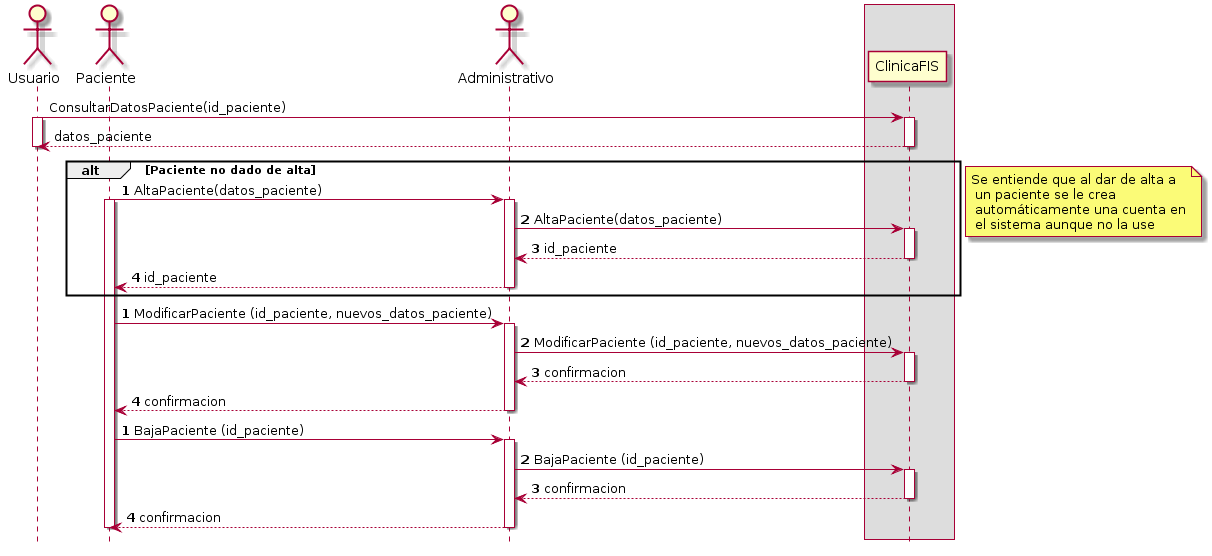
jmml97/fis-practicas keeps this PlantUML diagram as p3/diagramas/diagramaPaciente.png. Above is the earlier version.
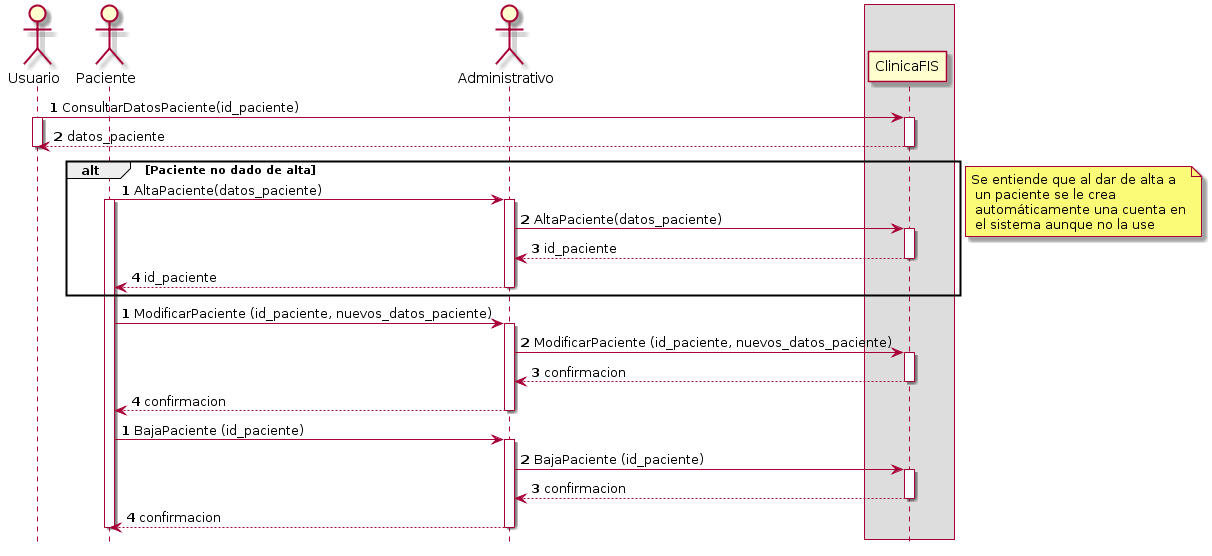
Above is the later version.

Commit message:
Terminando los diagramas de paciente y personal

Diff of the diagram source:
```diff
@@ -9,12 +9,14 @@
 
 hide footbox
 
+autonumber 1
 Usuario -> ClinicaFIS : ConsultarDatosPaciente(id_paciente)
 activate Usuario
 activate ClinicaFIS
 ClinicaFIS --> Usuario : datos_paciente
 deactivate Usuario
 deactivate ClinicaFIS
+autonumber stop
 
 autonumber 1
 alt #transparent Paciente no dado de alta
```
